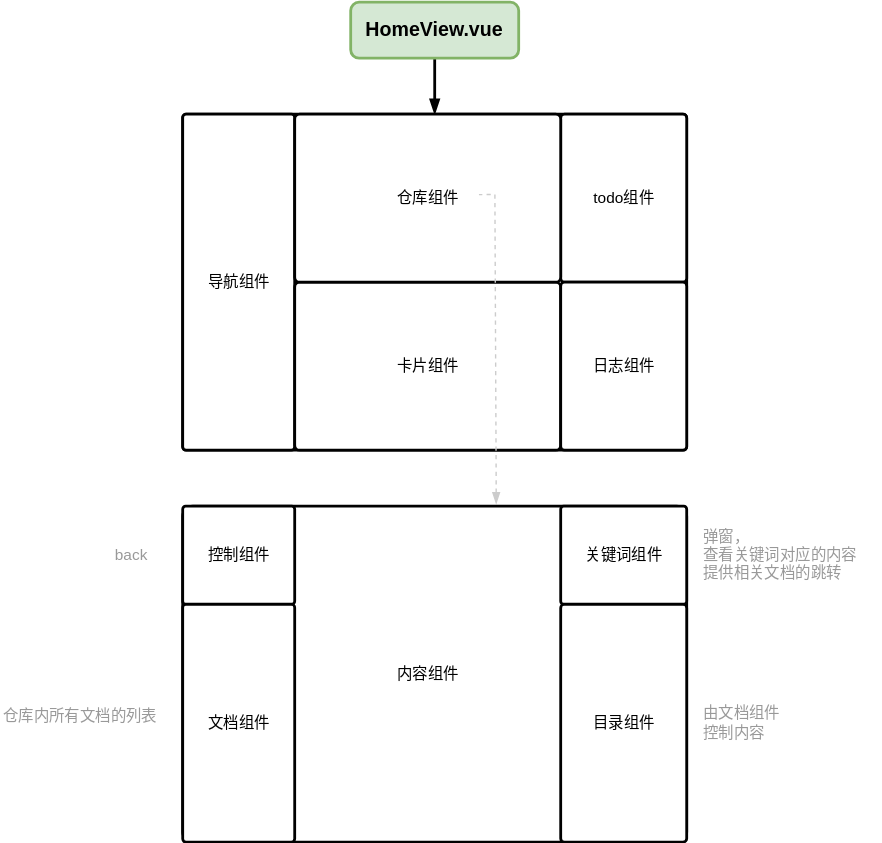
Above: Projects/captin/assets/captin-网页结构.drawio.svg in creatern/NoteBook (draw.io), before the change. Source tidied: cells renumbered, new cells last; positions are measured from the earlier drawing's top-left corner, leaving out a move shared by most shapes. Source of this version:
```xml
<mxGraphModel>
  <root>
    <mxCell id="0" />
    <mxCell id="1" parent="0" />
    <mxCell id="2" style="rounded=1;whiteSpace=wrap;html=1;arcSize=1;strokeWidth=2;" parent="1" vertex="1">
      <mxGeometry x="130" y="80" width="360" height="240" as="geometry" />
    </mxCell>
    <mxCell id="3" style="edgeStyle=orthogonalEdgeStyle;rounded=0;jettySize=auto;html=1;exitX=0.5;exitY=1;exitDx=0;exitDy=0;entryX=0.5;entryY=0;entryDx=0;entryDy=0;endArrow=blockThin;endFill=1;strokeWidth=2;" parent="1" edge="1" source="4" target="2">
      <mxGeometry relative="1" as="geometry" />
    </mxCell>
    <mxCell id="4" value="HomeView.vue" style="rounded=1;whiteSpace=wrap;html=1;strokeWidth=2;fontSize=14;fontStyle=1;fillColor=#d5e8d4;strokeColor=#82b366;" parent="1" vertex="1">
      <mxGeometry x="250" width="120" height="40" as="geometry" />
    </mxCell>
    <mxCell id="5" style="rounded=1;whiteSpace=wrap;html=1;fontFamily=Helvetica;fontSize=11;fontColor=default;labelBackgroundColor=default;arcSize=3;strokeWidth=2;" parent="1" vertex="1">
      <mxGeometry x="130" y="80" width="80" height="240" as="geometry" />
    </mxCell>
    <mxCell id="6" style="rounded=1;whiteSpace=wrap;html=1;fontFamily=Helvetica;fontSize=11;fontColor=default;labelBackgroundColor=default;arcSize=3;strokeWidth=2;" parent="1" vertex="1">
      <mxGeometry x="210" y="200" width="190" height="120" as="geometry" />
    </mxCell>
    <mxCell id="7" value="导航组件" style="text;html=1;align=center;verticalAlign=middle;strokeColor=none;fillColor=none;fontFamily=Helvetica;fontSize=11;fontColor=default;labelBackgroundColor=none;" parent="1" vertex="1">
      <mxGeometry x="135" y="185" width="70" height="30" as="geometry" />
    </mxCell>
    <mxCell id="8" style="rounded=1;whiteSpace=wrap;html=1;fontFamily=Helvetica;fontSize=11;fontColor=default;labelBackgroundColor=default;arcSize=3;strokeWidth=2;" parent="1" vertex="1">
      <mxGeometry x="400" y="80" width="90" height="120" as="geometry" />
    </mxCell>
    <mxCell id="9" style="rounded=1;whiteSpace=wrap;html=1;fontFamily=Helvetica;fontSize=11;fontColor=default;labelBackgroundColor=default;arcSize=3;strokeWidth=2;" parent="1" vertex="1">
      <mxGeometry x="400" y="200" width="90" height="120" as="geometry" />
    </mxCell>
    <mxCell id="10" style="rounded=1;whiteSpace=wrap;html=1;fontFamily=Helvetica;fontSize=11;fontColor=default;labelBackgroundColor=default;arcSize=3;strokeWidth=2;" parent="1" vertex="1">
      <mxGeometry x="210" y="80" width="190" height="120" as="geometry" />
    </mxCell>
    <mxCell id="11" value="卡片组件" style="text;html=1;align=center;verticalAlign=middle;strokeColor=none;fillColor=none;fontFamily=Helvetica;fontSize=11;fontColor=default;labelBackgroundColor=none;" parent="1" vertex="1">
      <mxGeometry x="270" y="245" width="70" height="30" as="geometry" />
    </mxCell>
    <mxCell id="12" value="todo组件" style="text;html=1;align=center;verticalAlign=middle;strokeColor=none;fillColor=none;fontFamily=Helvetica;fontSize=11;fontColor=default;labelBackgroundColor=none;" parent="1" vertex="1">
      <mxGeometry x="410" y="125" width="70" height="30" as="geometry" />
    </mxCell>
    <mxCell id="13" value="仓库组件" style="text;html=1;align=center;verticalAlign=middle;points=[];strokeColor=none;fillColor=none;fontFamily=Helvetica;fontSize=11;fontColor=default;labelBackgroundColor=none;" parent="1" vertex="1">
      <mxGeometry x="270" y="125" width="70" height="30" as="geometry" />
    </mxCell>
    <mxCell id="14" value="日志组件" style="text;html=1;align=center;verticalAlign=middle;strokeColor=none;fillColor=none;fontFamily=Helvetica;fontSize=11;fontColor=default;labelBackgroundColor=none;" parent="1" vertex="1">
      <mxGeometry x="410" y="245" width="70" height="30" as="geometry" />
    </mxCell>
    <mxCell id="15" style="edgeStyle=orthogonalEdgeStyle;rounded=0;jettySize=auto;html=1;exitX=0.622;exitY=-0.006;exitDx=0;exitDy=0;entryX=1.023;entryY=0.414;entryDx=0;entryDy=0;strokeColor=#CCCCCC;strokeWidth=1;align=center;verticalAlign=middle;fontFamily=Helvetica;fontSize=11;fontColor=default;labelBackgroundColor=default;endArrow=none;endFill=0;startArrow=blockThin;startFill=1;dashed=1;entryPerimeter=0;exitPerimeter=0;" parent="1" edge="1" source="16" target="13">
      <mxGeometry relative="1" as="geometry">
        <Array as="points">
          <mxPoint x="354" y="340" />
          <mxPoint x="353" y="340" />
          <mxPoint x="353" y="137" />
        </Array>
      </mxGeometry>
    </mxCell>
    <mxCell id="16" style="rounded=1;whiteSpace=wrap;html=1;fontFamily=Helvetica;fontSize=11;fontColor=default;labelBackgroundColor=default;arcSize=3;strokeWidth=2;" parent="1" vertex="1">
      <mxGeometry x="130" y="360" width="360" height="240" as="geometry" />
    </mxCell>
    <mxCell id="17" style="rounded=1;whiteSpace=wrap;html=1;fontFamily=Helvetica;fontSize=11;fontColor=default;labelBackgroundColor=default;arcSize=3;strokeWidth=2;" parent="1" vertex="1">
      <mxGeometry x="130" y="430" width="80" height="170" as="geometry" />
    </mxCell>
    <mxCell id="18" style="rounded=1;whiteSpace=wrap;html=1;fontFamily=Helvetica;fontSize=11;fontColor=default;labelBackgroundColor=default;arcSize=3;strokeWidth=2;" parent="1" vertex="1">
      <mxGeometry x="130" y="360" width="80" height="70" as="geometry" />
    </mxCell>
    <mxCell id="19" style="rounded=1;whiteSpace=wrap;html=1;fontFamily=Helvetica;fontSize=11;fontColor=default;labelBackgroundColor=default;arcSize=3;strokeWidth=2;" parent="1" vertex="1">
      <mxGeometry x="400" y="430" width="90" height="170" as="geometry" />
    </mxCell>
    <mxCell id="20" value="内容组件" style="text;html=1;align=center;verticalAlign=middle;strokeColor=none;fillColor=none;fontFamily=Helvetica;fontSize=11;fontColor=default;labelBackgroundColor=none;" parent="1" vertex="1">
      <mxGeometry x="270" y="465" width="70" height="30" as="geometry" />
    </mxCell>
    <mxCell id="21" value="目录组件" style="text;html=1;align=center;verticalAlign=middle;strokeColor=none;fillColor=none;fontFamily=Helvetica;fontSize=11;fontColor=default;labelBackgroundColor=none;" parent="1" vertex="1">
      <mxGeometry x="410" y="500" width="70" height="30" as="geometry" />
    </mxCell>
    <mxCell id="22" value="文档组件" style="text;html=1;align=center;verticalAlign=middle;strokeColor=none;fillColor=none;fontFamily=Helvetica;fontSize=11;fontColor=default;labelBackgroundColor=none;" parent="1" vertex="1">
      <mxGeometry x="135" y="500" width="70" height="30" as="geometry" />
    </mxCell>
    <mxCell id="23" style="rounded=1;whiteSpace=wrap;html=1;fontFamily=Helvetica;fontSize=11;fontColor=default;labelBackgroundColor=default;arcSize=3;strokeWidth=2;" parent="1" vertex="1">
      <mxGeometry x="400" y="360" width="90" height="70" as="geometry" />
    </mxCell>
    <mxCell id="24" value="关键词组件" style="text;html=1;align=center;verticalAlign=middle;strokeColor=none;fillColor=none;fontFamily=Helvetica;fontSize=11;fontColor=default;labelBackgroundColor=none;" parent="1" vertex="1">
      <mxGeometry x="405" y="380" width="80" height="30" as="geometry" />
    </mxCell>
    <mxCell id="25" value="控制组件" style="text;html=1;align=center;verticalAlign=middle;strokeColor=none;fillColor=none;fontFamily=Helvetica;fontSize=11;fontColor=default;labelBackgroundColor=none;" parent="1" vertex="1">
      <mxGeometry x="135" y="380" width="70" height="30" as="geometry" />
    </mxCell>
    <mxCell id="26" value="弹窗，&lt;div&gt;查看关键词对应的内容&lt;div&gt;提供相关文档的跳转&lt;/div&gt;&lt;/div&gt;" style="text;html=1;align=left;verticalAlign=middle;strokeColor=none;fillColor=none;fontFamily=Helvetica;fontSize=11;fontColor=#999999;labelBackgroundColor=none;" parent="1" vertex="1">
      <mxGeometry x="500" y="370" width="130" height="50" as="geometry" />
    </mxCell>
    <mxCell id="27" value="&lt;div&gt;由文档组件&lt;/div&gt;控制内容" style="text;html=1;align=left;verticalAlign=middle;strokeColor=none;fillColor=none;fontFamily=Helvetica;fontSize=11;fontColor=#999999;labelBackgroundColor=none;" parent="1" vertex="1">
      <mxGeometry x="500" y="495" width="80" height="40" as="geometry" />
    </mxCell>
    <mxCell id="28" value="back" style="text;html=1;align=left;verticalAlign=middle;strokeColor=none;fillColor=none;fontFamily=Helvetica;fontSize=11;fontColor=#999999;labelBackgroundColor=none;" parent="1" vertex="1">
      <mxGeometry x="80" y="380" width="50" height="30" as="geometry" />
    </mxCell>
    <mxCell id="29" value="仓库内所有文档的列表" style="text;html=1;align=left;verticalAlign=middle;strokeColor=none;fillColor=none;fontFamily=Helvetica;fontSize=11;fontColor=#999999;labelBackgroundColor=none;" parent="1" vertex="1">
      <mxGeometry y="495" width="130" height="30" as="geometry" />
    </mxCell>
  </root>
</mxGraphModel>
```
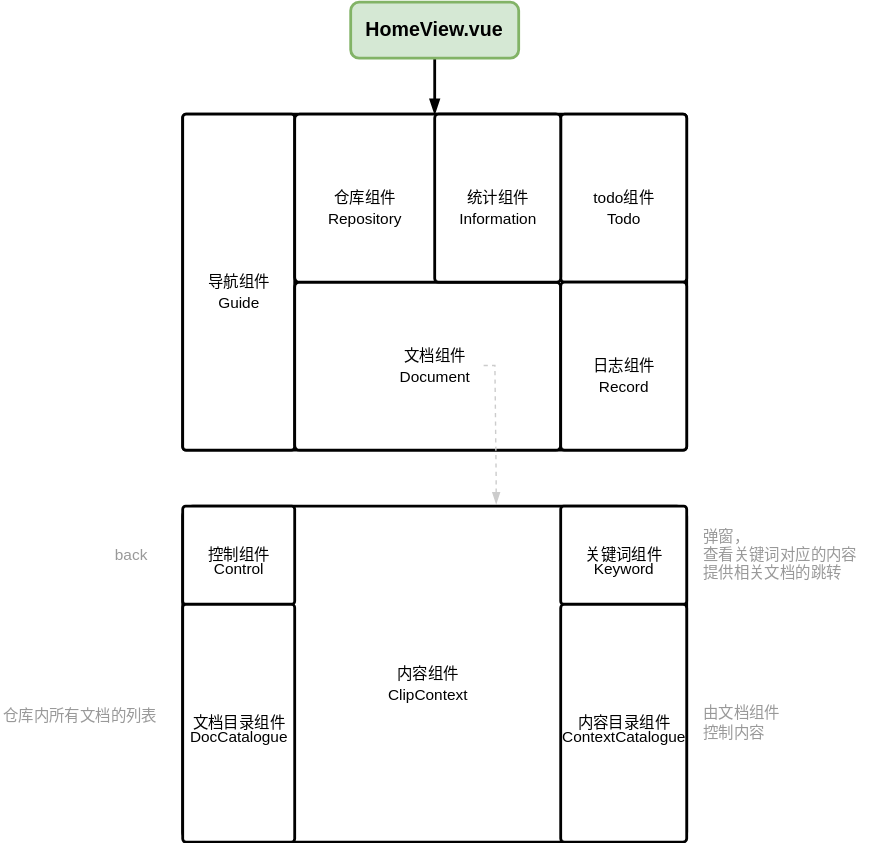
Later version of the same file.

Change to the diagram source:
```diff
@@ -29,24 +29,22 @@
     <mxCell id="10" style="rounded=1;whiteSpace=wrap;html=1;fontFamily=Helvetica;fontSize=11;fontColor=default;labelBackgroundColor=default;arcSize=3;strokeWidth=2;" parent="1" vertex="1">
       <mxGeometry x="210" y="80" width="190" height="120" as="geometry" />
     </mxCell>
-    <mxCell id="11" value="卡片组件" style="text;html=1;align=center;verticalAlign=middle;strokeColor=none;fillColor=none;fontFamily=Helvetica;fontSize=11;fontColor=default;labelBackgroundColor=none;" parent="1" vertex="1">
-      <mxGeometry x="270" y="245" width="70" height="30" as="geometry" />
-    </mxCell>
     <mxCell id="12" value="todo组件" style="text;html=1;align=center;verticalAlign=middle;strokeColor=none;fillColor=none;fontFamily=Helvetica;fontSize=11;fontColor=default;labelBackgroundColor=none;" parent="1" vertex="1">
       <mxGeometry x="410" y="125" width="70" height="30" as="geometry" />
     </mxCell>
     <mxCell id="13" value="仓库组件" style="text;html=1;align=center;verticalAlign=middle;points=[];strokeColor=none;fillColor=none;fontFamily=Helvetica;fontSize=11;fontColor=default;labelBackgroundColor=none;" parent="1" vertex="1">
-      <mxGeometry x="270" y="125" width="70" height="30" as="geometry" />
+      <mxGeometry x="225" y="125" width="70" height="30" as="geometry" />
     </mxCell>
     <mxCell id="14" value="日志组件" style="text;html=1;align=center;verticalAlign=middle;strokeColor=none;fillColor=none;fontFamily=Helvetica;fontSize=11;fontColor=default;labelBackgroundColor=none;" parent="1" vertex="1">
       <mxGeometry x="410" y="245" width="70" height="30" as="geometry" />
     </mxCell>
-    <mxCell id="15" style="edgeStyle=orthogonalEdgeStyle;rounded=0;jettySize=auto;html=1;exitX=0.622;exitY=-0.006;exitDx=0;exitDy=0;entryX=1.023;entryY=0.414;entryDx=0;entryDy=0;strokeColor=#CCCCCC;strokeWidth=1;align=center;verticalAlign=middle;fontFamily=Helvetica;fontSize=11;fontColor=default;labelBackgroundColor=default;endArrow=none;endFill=0;startArrow=blockThin;startFill=1;dashed=1;entryPerimeter=0;exitPerimeter=0;" parent="1" edge="1" source="16" target="13">
+    <mxCell id="15" style="edgeStyle=orthogonalEdgeStyle;rounded=0;jettySize=auto;html=1;exitX=0.622;exitY=-0.006;exitDx=0;exitDy=0;entryX=0.994;entryY=0.733;entryDx=0;entryDy=0;strokeColor=#CCCCCC;strokeWidth=1;align=center;verticalAlign=middle;fontFamily=Helvetica;fontSize=11;fontColor=default;labelBackgroundColor=default;endArrow=none;endFill=0;startArrow=blockThin;startFill=1;dashed=1;entryPerimeter=0;exitPerimeter=0;" parent="1" edge="1" source="16" target="40">
       <mxGeometry relative="1" as="geometry">
         <Array as="points">
           <mxPoint x="354" y="340" />
           <mxPoint x="353" y="340" />
-          <mxPoint x="353" y="137" />
+          <mxPoint x="353" y="259" />
+          <mxPoint x="345" y="259" />
         </Array>
       </mxGeometry>
     </mxCell>
@@ -65,11 +63,11 @@
     <mxCell id="20" value="内容组件" style="text;html=1;align=center;verticalAlign=middle;strokeColor=none;fillColor=none;fontFamily=Helvetica;fontSize=11;fontColor=default;labelBackgroundColor=none;" parent="1" vertex="1">
       <mxGeometry x="270" y="465" width="70" height="30" as="geometry" />
     </mxCell>
-    <mxCell id="21" value="目录组件" style="text;html=1;align=center;verticalAlign=middle;strokeColor=none;fillColor=none;fontFamily=Helvetica;fontSize=11;fontColor=default;labelBackgroundColor=none;" parent="1" vertex="1">
-      <mxGeometry x="410" y="500" width="70" height="30" as="geometry" />
+    <mxCell id="21" value="内容目录组件" style="text;html=1;align=center;verticalAlign=middle;strokeColor=none;fillColor=none;fontFamily=Helvetica;fontSize=11;fontColor=default;labelBackgroundColor=none;" parent="1" vertex="1">
+      <mxGeometry x="400" y="500" width="90" height="30" as="geometry" />
     </mxCell>
-    <mxCell id="22" value="文档组件" style="text;html=1;align=center;verticalAlign=middle;strokeColor=none;fillColor=none;fontFamily=Helvetica;fontSize=11;fontColor=default;labelBackgroundColor=none;" parent="1" vertex="1">
-      <mxGeometry x="135" y="500" width="70" height="30" as="geometry" />
+    <mxCell id="22" value="文档目录组件" style="text;html=1;align=center;verticalAlign=middle;strokeColor=none;fillColor=none;fontFamily=Helvetica;fontSize=11;fontColor=default;labelBackgroundColor=none;" parent="1" vertex="1">
+      <mxGeometry x="125" y="500" width="90" height="30" as="geometry" />
     </mxCell>
     <mxCell id="23" style="rounded=1;whiteSpace=wrap;html=1;fontFamily=Helvetica;fontSize=11;fontColor=default;labelBackgroundColor=default;arcSize=3;strokeWidth=2;" parent="1" vertex="1">
       <mxGeometry x="400" y="360" width="90" height="70" as="geometry" />
@@ -92,5 +90,47 @@
     <mxCell id="29" value="仓库内所有文档的列表" style="text;html=1;align=left;verticalAlign=middle;strokeColor=none;fillColor=none;fontFamily=Helvetica;fontSize=11;fontColor=#999999;labelBackgroundColor=none;" parent="1" vertex="1">
       <mxGeometry y="495" width="130" height="30" as="geometry" />
     </mxCell>
+    <mxCell id="30" value="Guide" style="text;html=1;align=center;verticalAlign=middle;strokeColor=none;fillColor=none;fontFamily=Helvetica;fontSize=11;fontColor=default;labelBackgroundColor=none;" parent="1" vertex="1">
+      <mxGeometry x="145" y="200" width="50" height="30" as="geometry" />
+    </mxCell>
+    <mxCell id="31" value="Repository" style="text;html=1;align=center;verticalAlign=middle;strokeColor=none;fillColor=none;fontFamily=Helvetica;fontSize=11;fontColor=default;labelBackgroundColor=none;" parent="1" vertex="1">
+      <mxGeometry x="220" y="140" width="80" height="30" as="geometry" />
+    </mxCell>
+    <mxCell id="32" value="ClipContext" style="text;html=1;align=center;verticalAlign=middle;strokeColor=none;fillColor=none;fontFamily=Helvetica;fontSize=11;fontColor=default;labelBackgroundColor=none;" parent="1" vertex="1">
+      <mxGeometry x="265" y="480" width="80" height="30" as="geometry" />
+    </mxCell>
+    <mxCell id="33" value="Keyword" style="text;html=1;align=center;verticalAlign=middle;strokeColor=none;fillColor=none;fontFamily=Helvetica;fontSize=11;fontColor=default;labelBackgroundColor=none;" parent="1" vertex="1">
+      <mxGeometry x="410" y="390" width="70" height="30" as="geometry" />
+    </mxCell>
+    <mxCell id="34" value="Record" style="text;html=1;align=center;verticalAlign=middle;strokeColor=none;fillColor=none;fontFamily=Helvetica;fontSize=11;fontColor=default;labelBackgroundColor=none;" parent="1" vertex="1">
+      <mxGeometry x="415" y="260" width="60" height="30" as="geometry" />
+    </mxCell>
+    <mxCell id="35" value="Todo" style="text;html=1;align=center;verticalAlign=middle;strokeColor=none;fillColor=none;fontFamily=Helvetica;fontSize=11;fontColor=default;labelBackgroundColor=none;" parent="1" vertex="1">
+      <mxGeometry x="420" y="140" width="50" height="30" as="geometry" />
+    </mxCell>
+    <mxCell id="36" value="Control" style="text;html=1;align=center;verticalAlign=middle;strokeColor=none;fillColor=none;fontFamily=Helvetica;fontSize=11;fontColor=default;labelBackgroundColor=none;" parent="1" vertex="1">
+      <mxGeometry x="140" y="390" width="60" height="30" as="geometry" />
+    </mxCell>
+    <mxCell id="37" value="DocCatalogue" style="text;html=1;align=center;verticalAlign=middle;strokeColor=none;fillColor=none;fontFamily=Helvetica;fontSize=11;fontColor=default;labelBackgroundColor=none;" parent="1" vertex="1">
+      <mxGeometry x="125" y="510" width="90" height="30" as="geometry" />
+    </mxCell>
+    <mxCell id="38" value="ContextCatalogue" style="text;html=1;align=center;verticalAlign=middle;strokeColor=none;fillColor=none;fontFamily=Helvetica;fontSize=11;fontColor=default;labelBackgroundColor=none;" parent="1" vertex="1">
+      <mxGeometry x="390" y="510" width="110" height="30" as="geometry" />
+    </mxCell>
+    <mxCell id="39" value="Document" style="text;html=1;align=center;verticalAlign=middle;strokeColor=none;fillColor=none;fontFamily=Helvetica;fontSize=11;fontColor=default;labelBackgroundColor=none;" parent="1" vertex="1">
+      <mxGeometry x="275" y="252.5" width="70" height="30" as="geometry" />
+    </mxCell>
+    <mxCell id="40" value="文档组件" style="text;html=1;align=center;verticalAlign=middle;points=[];strokeColor=none;fillColor=none;fontFamily=Helvetica;fontSize=11;fontColor=default;labelBackgroundColor=none;" parent="1" vertex="1">
+      <mxGeometry x="275" y="237.5" width="70" height="30" as="geometry" />
+    </mxCell>
+    <mxCell id="41" style="rounded=1;whiteSpace=wrap;html=1;fontFamily=Helvetica;fontSize=11;fontColor=default;labelBackgroundColor=default;arcSize=3;strokeWidth=2;" parent="1" vertex="1">
+      <mxGeometry x="310" y="80" width="90" height="120" as="geometry" />
+    </mxCell>
+    <mxCell id="42" value="统计组件" style="text;html=1;align=center;verticalAlign=middle;strokeColor=none;fillColor=none;fontFamily=Helvetica;fontSize=11;fontColor=default;labelBackgroundColor=none;" parent="1" vertex="1">
+      <mxGeometry x="320" y="125" width="70" height="30" as="geometry" />
+    </mxCell>
+    <mxCell id="43" value="Information" style="text;html=1;align=center;verticalAlign=middle;strokeColor=none;fillColor=none;fontFamily=Helvetica;fontSize=11;fontColor=default;labelBackgroundColor=none;" parent="1" vertex="1">
+      <mxGeometry x="315" y="140" width="80" height="30" as="geometry" />
+    </mxCell>
   </root>
 </mxGraphModel>
```
